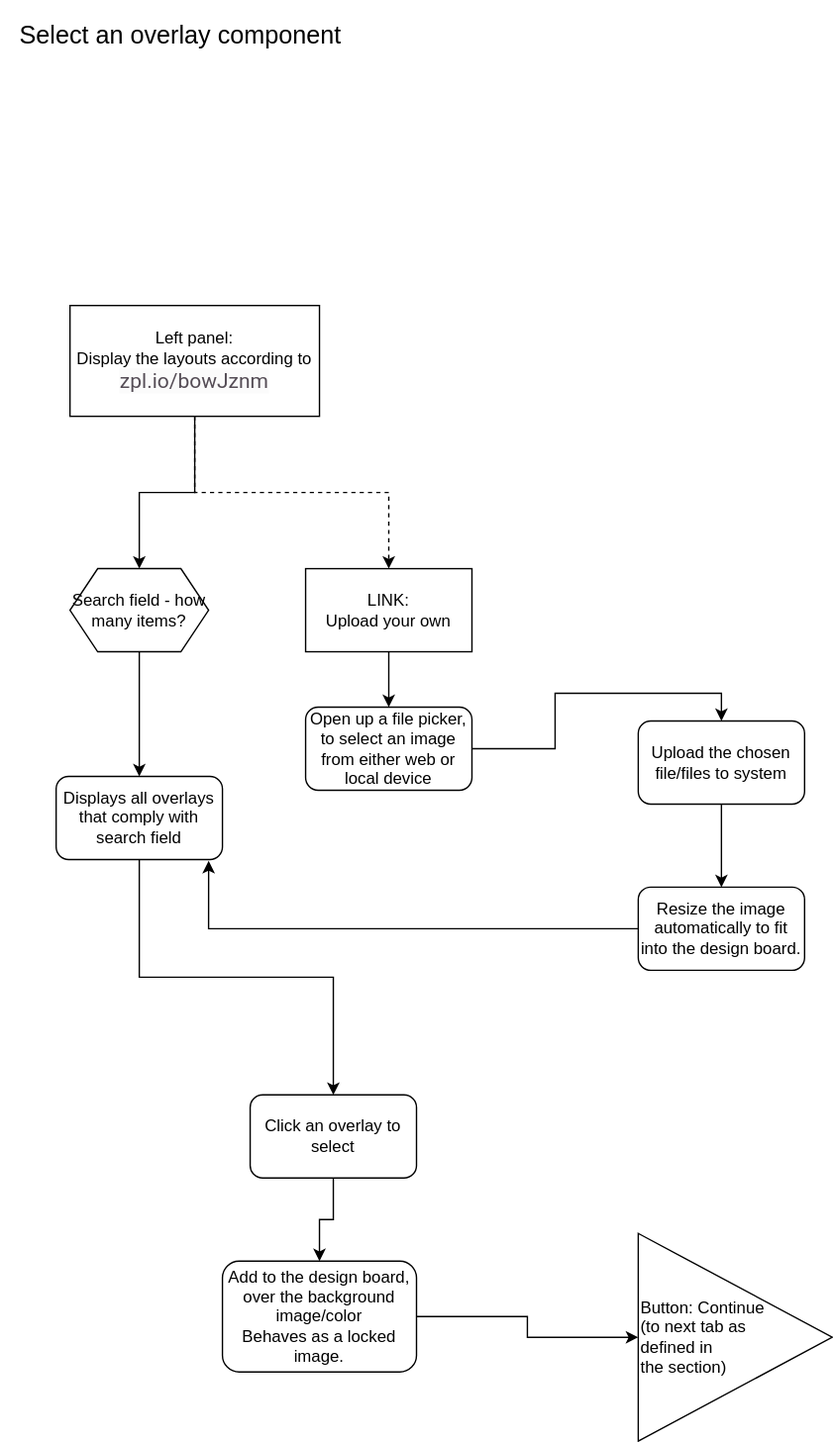
Above: modules/components/select-overlay.drawio.svg in ji-devs/ji-cloud-flowcharts (draw.io), before the change. Source tidied: cells renumbered, new cells last; positions are measured from the earlier drawing's top-left corner, leaving out a move shared by most shapes.
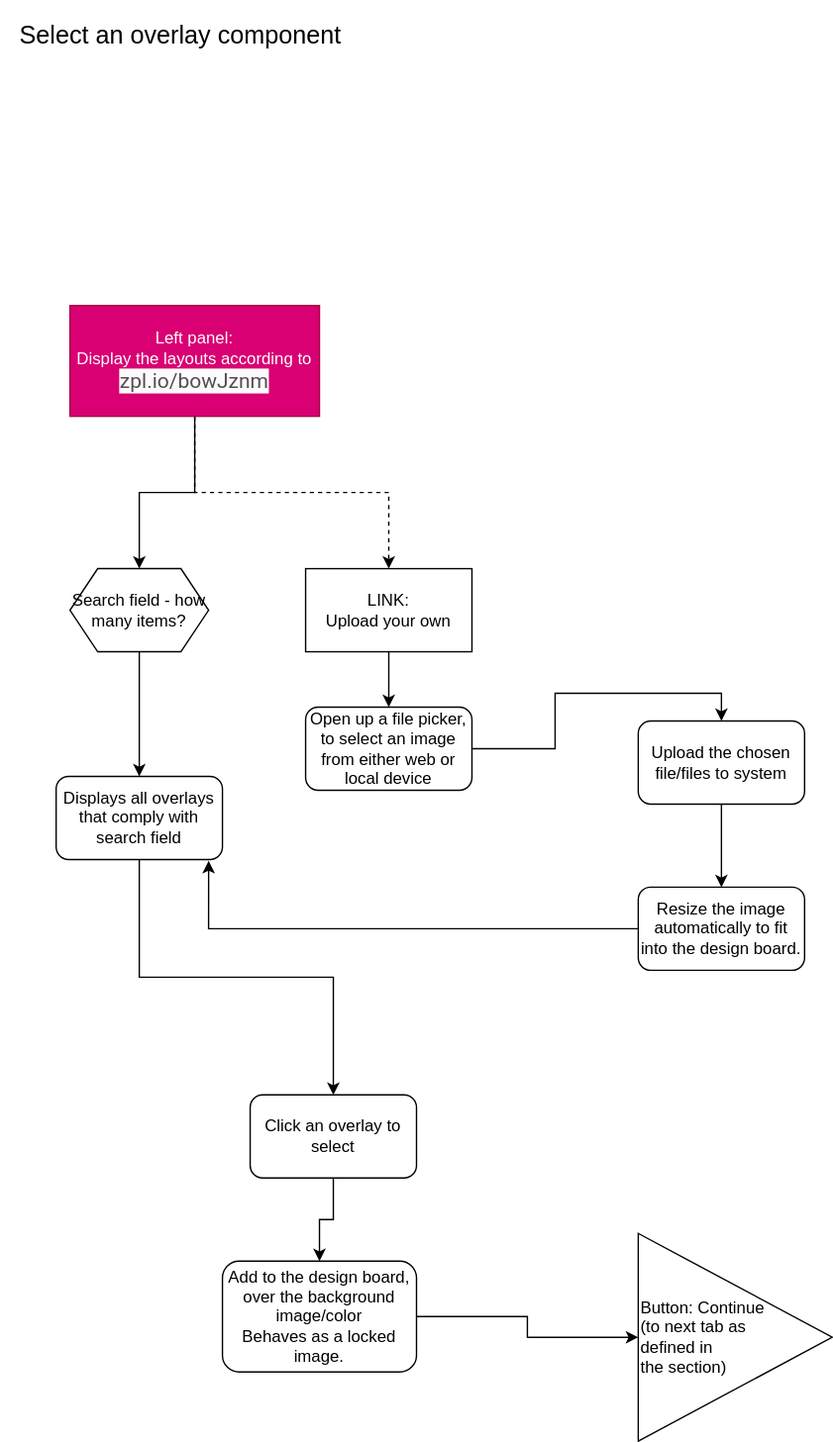
Later version of the same file.

What changed in the source:
```diff
@@ -11,7 +11,7 @@
     <mxCell id="4" style="edgeStyle=orthogonalEdgeStyle;rounded=0;jettySize=auto;html=1;entryX=0.5;entryY=0;entryDx=0;entryDy=0;dashed=1;" parent="1" edge="1" source="5" target="10">
       <mxGeometry relative="1" as="geometry" />
     </mxCell>
-    <mxCell id="5" value="Left panel:&lt;br&gt;Display the layouts according to&amp;nbsp;&lt;br&gt;&lt;span style=&quot;color: rgb(85 , 77 , 86) ; font-family: &amp;#34;roboto&amp;#34; , &amp;#34;helvetica&amp;#34; , sans-serif ; font-size: 15px ; background-color: rgb(251 , 251 , 251)&quot;&gt;zpl.io/bowJznm&lt;/span&gt;" style="rounded=0;whiteSpace=wrap;html=1;" parent="1" vertex="1">
+    <mxCell id="5" value="Left panel:&lt;br&gt;Display the layouts according to&amp;nbsp;&lt;br&gt;&lt;span style=&quot;color: rgb(85 , 77 , 86) ; font-family: &amp;#34;roboto&amp;#34; , &amp;#34;helvetica&amp;#34; , sans-serif ; font-size: 15px ; background-color: rgb(251 , 251 , 251)&quot;&gt;zpl.io/bowJznm&lt;/span&gt;" style="rounded=0;whiteSpace=wrap;html=1;fillColor=#d80073;strokeColor=#A50040;fontColor=#ffffff;" parent="1" vertex="1">
       <mxGeometry x="50" y="220" width="180" height="80" as="geometry" />
     </mxCell>
     <mxCell id="6" value="Button: Continue&lt;br&gt;&amp;nbsp;(to next tab as &lt;br&gt;defined in &lt;br&gt;the section)" style="triangle;whiteSpace=wrap;html=1;align=left;" parent="1" vertex="1">
```
